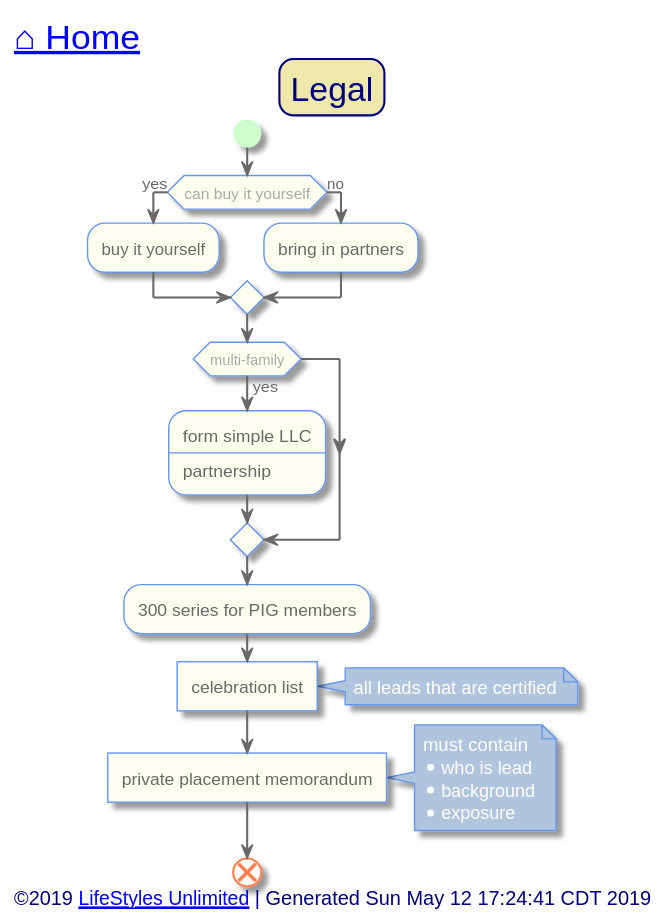
Above: out/src/unlimited-lifestyle/legal.svg in toddmo/lifestylesunlimited (PlantUML), before the change.
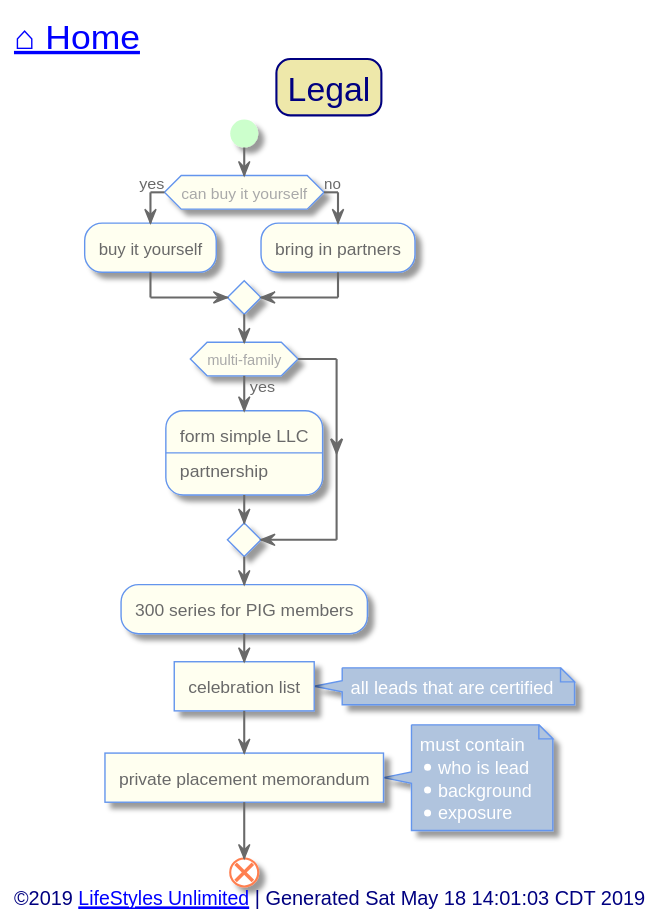
The same diagram one commit later.

Diff of the diagram source:
```diff
@@ -114,7 +114,7 @@
 
 
 left footer
-	<font size=14>©2019 [[http://www.lifestylesunlimited.com LifeStyles Unlimited]] | Generated Sun May 12 17:24:41 CDT 2019</font>
+	<font size=14>©2019 [[http://www.lifestylesunlimited.com LifeStyles Unlimited]] | Generated Sat May 18 14:01:03 CDT 2019</font>
 endfooter
 
 
```
